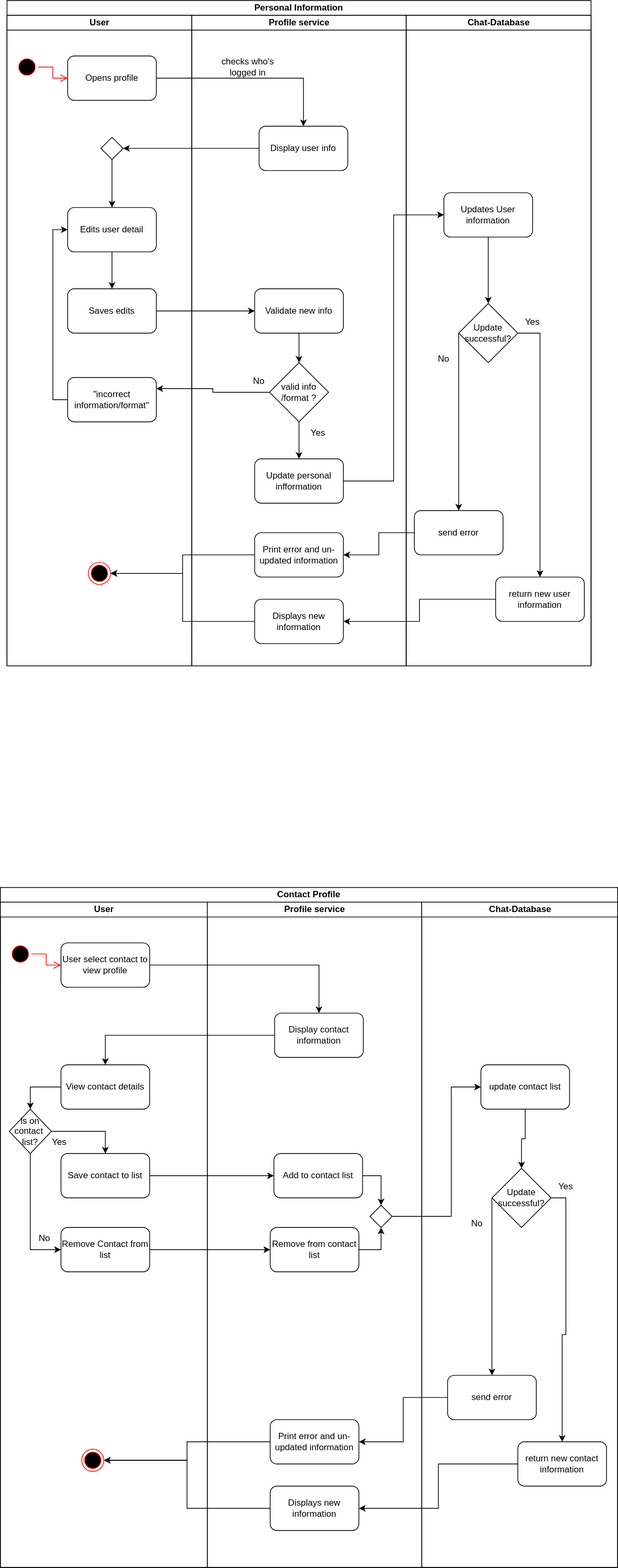
tshegofatso-motlhakane/Geeks-Chat keeps this draw.io diagram as Deliverable1/ActivityDiagrams/Profile.drawio.svg. Above is the earlier version. Source tidied: cells renumbered, new cells last; positions are measured from the earlier drawing's top-left corner, leaving out a move shared by most shapes.
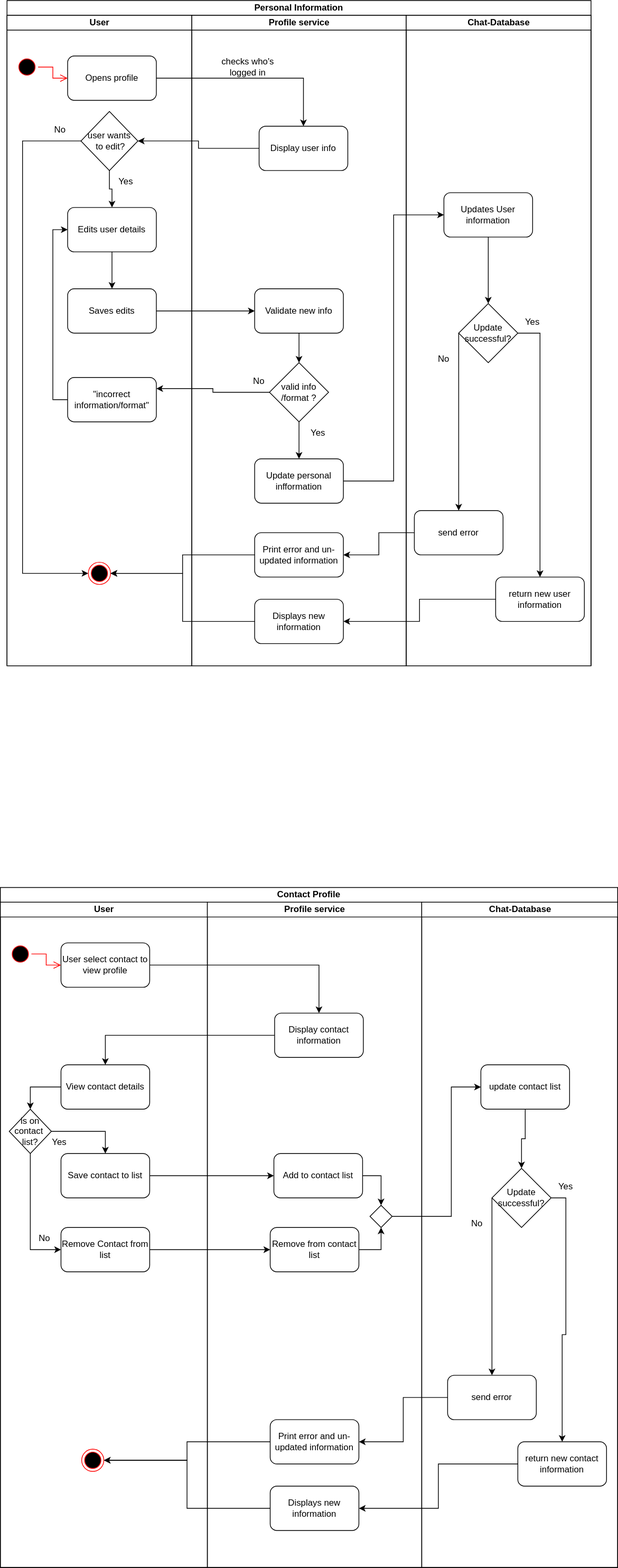
After the commit.

Diff of the diagram source:
```diff
@@ -20,14 +20,22 @@
     <mxCell id="7" style="edgeStyle=orthogonalEdgeStyle;rounded=0;jettySize=auto;html=1;exitX=0.5;exitY=1;exitDx=0;exitDy=0;entryX=0.5;entryY=0;entryDx=0;entryDy=0;" parent="3" edge="1" source="8" target="11">
       <mxGeometry relative="1" as="geometry" />
     </mxCell>
-    <mxCell id="8" value="Edits user detail" style="rounded=1;whiteSpace=wrap;html=1;" parent="3" vertex="1">
+    <mxCell id="8" value="Edits user details" style="rounded=1;whiteSpace=wrap;html=1;" parent="3" vertex="1">
       <mxGeometry x="82" y="260" width="120" height="60" as="geometry" />
     </mxCell>
     <mxCell id="9" style="edgeStyle=orthogonalEdgeStyle;rounded=0;jettySize=auto;html=1;exitX=0.5;exitY=1;exitDx=0;exitDy=0;" parent="3" edge="1" source="10" target="8">
       <mxGeometry relative="1" as="geometry" />
     </mxCell>
+    <mxCell id="89" style="edgeStyle=orthogonalEdgeStyle;rounded=0;jettySize=auto;html=1;exitX=0;exitY=0.5;exitDx=0;exitDy=0;entryX=0;entryY=0.5;entryDx=0;entryDy=0;" parent="3" edge="1" source="10" target="14">
+      <mxGeometry relative="1" as="geometry">
+        <Array as="points">
+          <mxPoint x="21" y="170" />
+          <mxPoint x="21" y="755" />
+        </Array>
+      </mxGeometry>
+    </mxCell>
-    <mxCell id="10" style="rhombus;whiteSpace=wrap;html=1;" parent="3" vertex="1">
-      <mxGeometry x="127" y="165" width="30" height="30" as="geometry" />
+    <mxCell id="10" value="user wants&lt;br&gt;&amp;nbsp;to edit?" style="rhombus;whiteSpace=wrap;html=1;" parent="3" vertex="1">
+      <mxGeometry x="100" y="130" width="77" height="80" as="geometry" />
     </mxCell>
     <mxCell id="11" value="Saves edits" style="rounded=1;whiteSpace=wrap;html=1;" parent="3" vertex="1">
       <mxGeometry x="82" y="370" width="120" height="60" as="geometry" />
@@ -41,6 +49,12 @@
     <mxCell id="14" style="ellipse;html=1;shape=endState;fillColor=#000000;strokeColor=#ff0000;" parent="3" vertex="1">
       <mxGeometry x="110" y="740" width="30" height="30" as="geometry" />
     </mxCell>
+    <mxCell id="90" value="No" style="text;html=1;strokeColor=none;fillColor=none;align=center;verticalAlign=middle;whiteSpace=wrap;rounded=0;" parent="3" vertex="1">
+      <mxGeometry x="42" y="140" width="60" height="30" as="geometry" />
+    </mxCell>
+    <mxCell id="91" value="Yes" style="text;html=1;strokeColor=none;fillColor=none;align=center;verticalAlign=middle;whiteSpace=wrap;rounded=0;" parent="3" vertex="1">
+      <mxGeometry x="131" y="210" width="60" height="30" as="geometry" />
+    </mxCell>
     <mxCell id="15" value="Profile service" style="swimlane;html=1;startSize=20;" parent="2" vertex="1">
       <mxGeometry x="250" y="20" width="290" height="880" as="geometry" />
     </mxCell>
```
